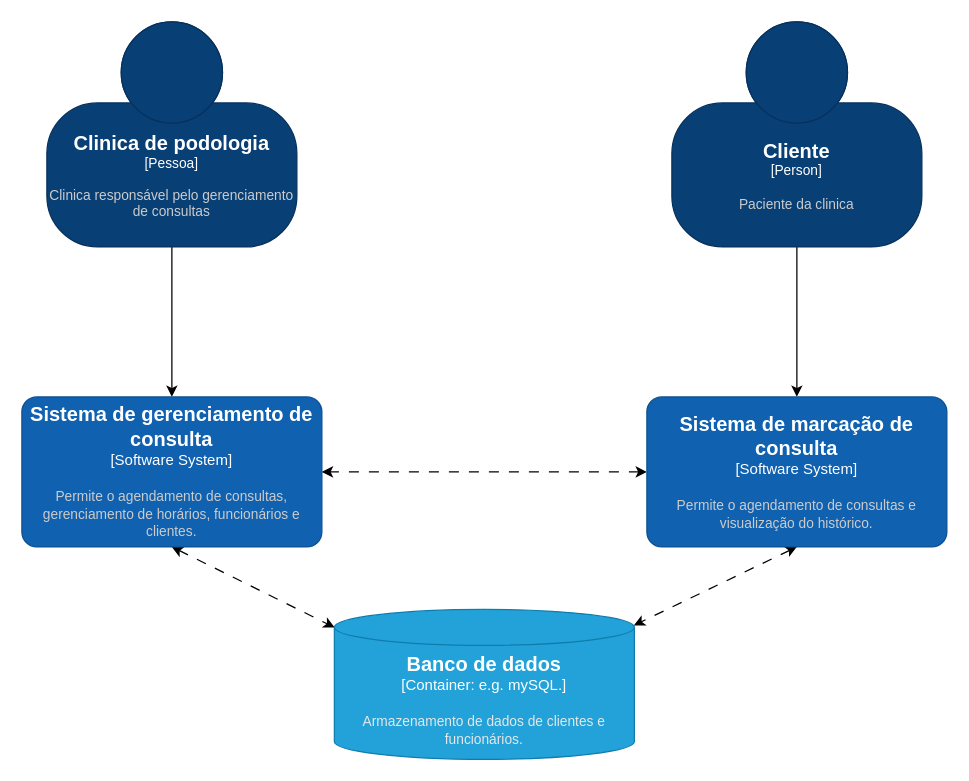
Above: Aula1-Contexto.drawio in JayanaCecilia/ArqAvanc (draw.io), before the change. Source tidied: cells renumbered, new cells numbered last; positions are measured from the earlier drawing's top-left corner, leaving out a move shared by most shapes. Both pictures are drawn from the tidied source at 125%, with x=0, y=0 at pixel (21, 21).
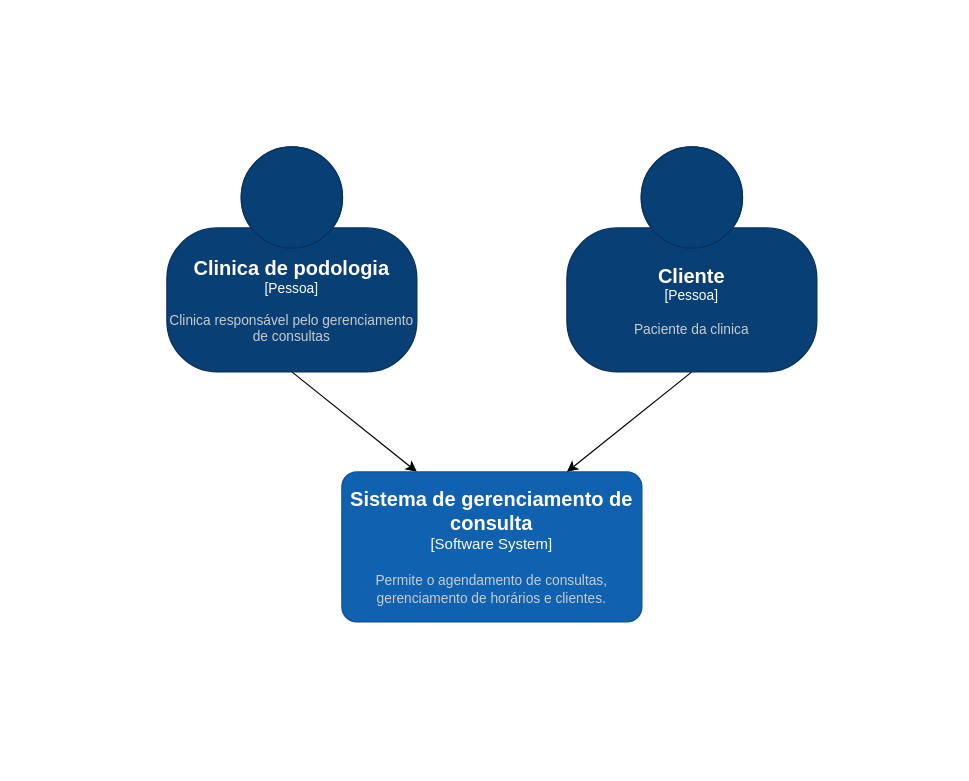
The same diagram, later.

Diff of the diagram source:
```diff
@@
 <mxGraphModel>
   <root>
     <mxCell id="0" />
     <mxCell id="1" parent="0" />
-    <mxCell id="2" style="rounded=0;jettySize=auto;html=1;entryX=0.5;entryY=0;entryDx=0;entryDy=0;entryPerimeter=0;" parent="1" edge="1" source="3" target="5">
+    <mxCell id="2" style="rounded=0;jettySize=auto;html=1;entryX=0.25;entryY=0;entryDx=0;entryDy=0;entryPerimeter=0;exitX=0.5;exitY=1;exitDx=0;exitDy=0;exitPerimeter=0;" parent="1" edge="1" source="3" target="5">
       <mxGeometry relative="1" as="geometry" />
     </mxCell>
     <object id="3" label="&lt;font style=&quot;font-size: 16px&quot;&gt;&lt;b&gt;%c4Name%&lt;/b&gt;&lt;/font&gt;&lt;div&gt;[%c4Type%]&lt;/div&gt;&lt;br&gt;&lt;div&gt;&lt;font style=&quot;font-size: 11px&quot;&gt;&lt;font color=&quot;#cccccc&quot;&gt;%c4Description%&lt;/font&gt;&lt;/div&gt;" c4Description="Clinica responsável pelo gerenciamento de consultas" c4Name="Clinica de podologia" c4Type="Pessoa" placeholders="1">
       <mxCell style="html=1;fontSize=11;dashed=0;whiteSpace=wrap;fillColor=#083F75;strokeColor=#06315C;fontColor=#ffffff;shape=mxgraph.c4.person2;align=center;points=[[0.5,0,0],[1,0.5,0],[1,0.75,0],[0.75,1,0],[0.5,1,0],[0.25,1,0],[0,0.75,0],[0,0.5,0]];" parent="1" vertex="1">
-        <mxGeometry x="20" width="200" height="180" as="geometry" />
+        <mxGeometry x="116" y="100" width="200" height="180" as="geometry" />
       </mxCell>
     </object>
-    <mxCell id="4" style="rounded=0;jettySize=auto;html=1;exitX=0.5;exitY=1;exitDx=0;exitDy=0;exitPerimeter=0;dashed=1;dashPattern=8 8;startArrow=classic;startFill=1;entryX=0.001;entryY=0.121;entryDx=0;entryDy=0;entryPerimeter=0;" parent="1" edge="1" source="5" target="6">
-      <mxGeometry relative="1" as="geometry" />
-    </mxCell>
-    <object id="5" label="&lt;font style=&quot;font-size: 16px&quot;&gt;&lt;b&gt;%c4Name%&lt;/b&gt;&lt;/font&gt;&lt;div&gt;[%c4Type%]&lt;/div&gt;&lt;br&gt;&lt;div&gt;&lt;font style=&quot;font-size: 11px&quot;&gt;&lt;font color=&quot;#cccccc&quot;&gt;%c4Description%&lt;/font&gt;&lt;/div&gt;" c4Description="Permite o agendamento de consultas, gerenciamento de horários, funcionários e clientes." c4Name="Sistema de gerenciamento de consulta" c4Type="Software System" placeholders="1">
+    <object id="5" label="&lt;font style=&quot;font-size: 16px&quot;&gt;&lt;b&gt;%c4Name%&lt;/b&gt;&lt;/font&gt;&lt;div&gt;[%c4Type%]&lt;/div&gt;&lt;br&gt;&lt;div&gt;&lt;font style=&quot;font-size: 11px&quot;&gt;&lt;font color=&quot;#cccccc&quot;&gt;%c4Description%&lt;/font&gt;&lt;/div&gt;" c4Description="Permite o agendamento de consultas, gerenciamento de horários e clientes." c4Name="Sistema de gerenciamento de consulta" c4Type="Software System" placeholders="1">
       <mxCell style="rounded=1;whiteSpace=wrap;html=1;labelBackgroundColor=none;fillColor=#1061B0;fontColor=#ffffff;align=center;arcSize=10;strokeColor=#0D5091;points=[[0.25,0,0],[0.5,0,0],[0.75,0,0],[1,0.25,0],[1,0.5,0],[1,0.75,0],[0.75,1,0],[0.5,1,0],[0.25,1,0],[0,0.75,0],[0,0.5,0],[0,0.25,0]];" parent="1" vertex="1">
-        <mxGeometry y="300" width="240" height="120" as="geometry" />
+        <mxGeometry x="256" y="360" width="240" height="120" as="geometry" />
       </mxCell>
     </object>
-    <object id="6" label="&lt;font style=&quot;font-size: 16px&quot;&gt;&lt;b&gt;%c4Type%&lt;/b&gt;&lt;/font&gt;&lt;div&gt;[%c4Container%:&amp;nbsp;%c4Technology%]&lt;/div&gt;&lt;br&gt;&lt;div&gt;&lt;font style=&quot;font-size: 11px&quot;&gt;&lt;font color=&quot;#E6E6E6&quot;&gt;%c4Description%&lt;/font&gt;&lt;/div&gt;" c4Container="Container" c4Description="Armazenamento de dados de clientes e funcionários." c4Technology="e.g. mySQL." c4Type="Banco de dados" placeholders="1">
-      <mxCell style="shape=cylinder3;size=14.352941176470665;whiteSpace=wrap;html=1;boundedLbl=1;rounded=0;labelBackgroundColor=none;fillColor=#23A2D9;fontSize=12;fontColor=#ffffff;align=center;strokeColor=#0E7DAD;points=[[0.5,0,0],[1,0.25,0],[1,0.5,0],[1,0.75,0],[0.5,1,0],[0,0.75,0],[0,0.5,0],[0,0.25,0]];" parent="1" vertex="1">
-        <mxGeometry x="250" y="470" width="240" height="120" as="geometry" />
-      </mxCell>
-    </object>
-    <mxCell id="7" style="edgeStyle=orthogonalEdgeStyle;rounded=0;jettySize=auto;html=1;exitX=0.5;exitY=1;exitDx=0;exitDy=0;exitPerimeter=0;" parent="1" edge="1" source="8" target="11">
+    <mxCell id="7" style="rounded=0;jettySize=auto;html=1;exitX=0.5;exitY=1;exitDx=0;exitDy=0;exitPerimeter=0;entryX=0.75;entryY=0;entryDx=0;entryDy=0;entryPerimeter=0;" parent="1" edge="1" source="8" target="5">
       <mxGeometry relative="1" as="geometry" />
     </mxCell>
-    <object id="8" label="&lt;font style=&quot;font-size: 16px&quot;&gt;&lt;b&gt;%c4Name%&lt;/b&gt;&lt;/font&gt;&lt;div&gt;[%c4Type%]&lt;/div&gt;&lt;br&gt;&lt;div&gt;&lt;font style=&quot;font-size: 11px&quot;&gt;&lt;font color=&quot;#cccccc&quot;&gt;%c4Description%&lt;/font&gt;&lt;/div&gt;" c4Description="Paciente da clinica" c4Name="Cliente" c4Type="Person" placeholders="1">
+    <object id="8" label="&lt;font style=&quot;font-size: 16px&quot;&gt;&lt;b&gt;%c4Name%&lt;/b&gt;&lt;/font&gt;&lt;div&gt;[%c4Type%]&lt;/div&gt;&lt;br&gt;&lt;div&gt;&lt;font style=&quot;font-size: 11px&quot;&gt;&lt;font color=&quot;#cccccc&quot;&gt;%c4Description%&lt;/font&gt;&lt;/div&gt;" c4Description="Paciente da clinica" c4Name="Cliente" c4Type="Pessoa" placeholders="1">
       <mxCell style="html=1;fontSize=11;dashed=0;whiteSpace=wrap;fillColor=#083F75;strokeColor=#06315C;fontColor=#ffffff;shape=mxgraph.c4.person2;align=center;points=[[0.5,0,0],[1,0.5,0],[1,0.75,0],[0.75,1,0],[0.5,1,0],[0.25,1,0],[0,0.75,0],[0,0.5,0]];" parent="1" vertex="1">
-        <mxGeometry x="520" width="200" height="180" as="geometry" />
+        <mxGeometry x="436" y="100" width="200" height="180" as="geometry" />
       </mxCell>
     </object>
-    <mxCell id="9" style="rounded=0;jettySize=auto;html=1;exitX=0.5;exitY=1;exitDx=0;exitDy=0;exitPerimeter=0;dashed=1;dashPattern=8 8;entryX=0.998;entryY=0.107;entryDx=0;entryDy=0;entryPerimeter=0;startArrow=classic;startFill=1;" parent="1" edge="1" source="11" target="6">
-      <mxGeometry relative="1" as="geometry" />
-    </mxCell>
-    <mxCell id="10" style="edgeStyle=orthogonalEdgeStyle;rounded=0;jettySize=auto;html=1;exitX=0;exitY=0.5;exitDx=0;exitDy=0;exitPerimeter=0;dashed=1;strokeWidth=1;dashPattern=8 8;startArrow=classic;startFill=1;" parent="1" edge="1" source="11" target="5">
-      <mxGeometry relative="1" as="geometry" />
-    </mxCell>
-    <object id="11" label="&lt;font style=&quot;font-size: 16px&quot;&gt;&lt;b&gt;%c4Name%&lt;/b&gt;&lt;/font&gt;&lt;div&gt;[%c4Type%]&lt;/div&gt;&lt;br&gt;&lt;div&gt;&lt;font style=&quot;font-size: 11px&quot;&gt;&lt;font color=&quot;#cccccc&quot;&gt;%c4Description%&lt;/font&gt;&lt;/div&gt;" c4Description="Permite o agendamento de consultas e visualização do histórico." c4Name="Sistema de marcação de consulta" c4Type="Software System" placeholders="1">
-      <mxCell style="rounded=1;whiteSpace=wrap;html=1;labelBackgroundColor=none;fillColor=#1061B0;fontColor=#ffffff;align=center;arcSize=10;strokeColor=#0D5091;points=[[0.25,0,0],[0.5,0,0],[0.75,0,0],[1,0.25,0],[1,0.5,0],[1,0.75,0],[0.75,1,0],[0.5,1,0],[0.25,1,0],[0,0.75,0],[0,0.5,0],[0,0.25,0]];" parent="1" vertex="1">
-        <mxGeometry x="500" y="300" width="240" height="120" as="geometry" />
-      </mxCell>
-    </object>
   </root>
 </mxGraphModel>
```
